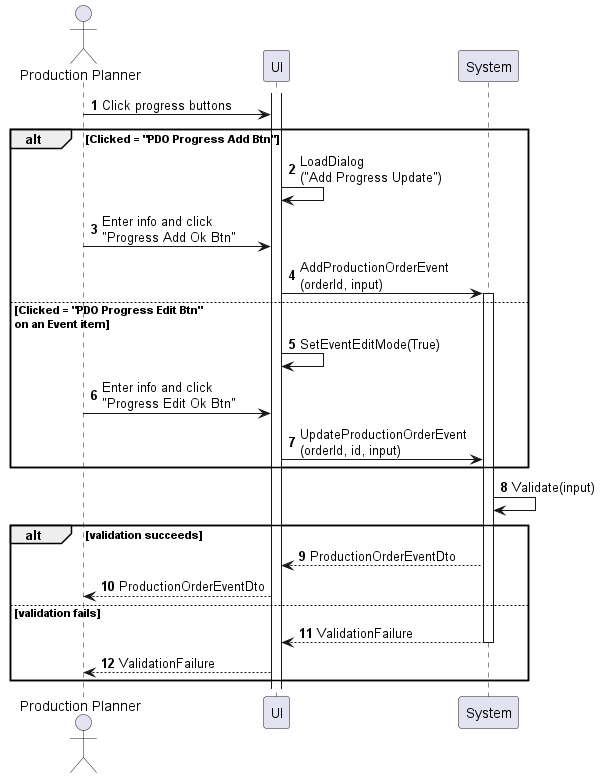
Earlier version of the PlantUML export sequences/production-order-update-progress.png (phihungha/scmss-reqs).
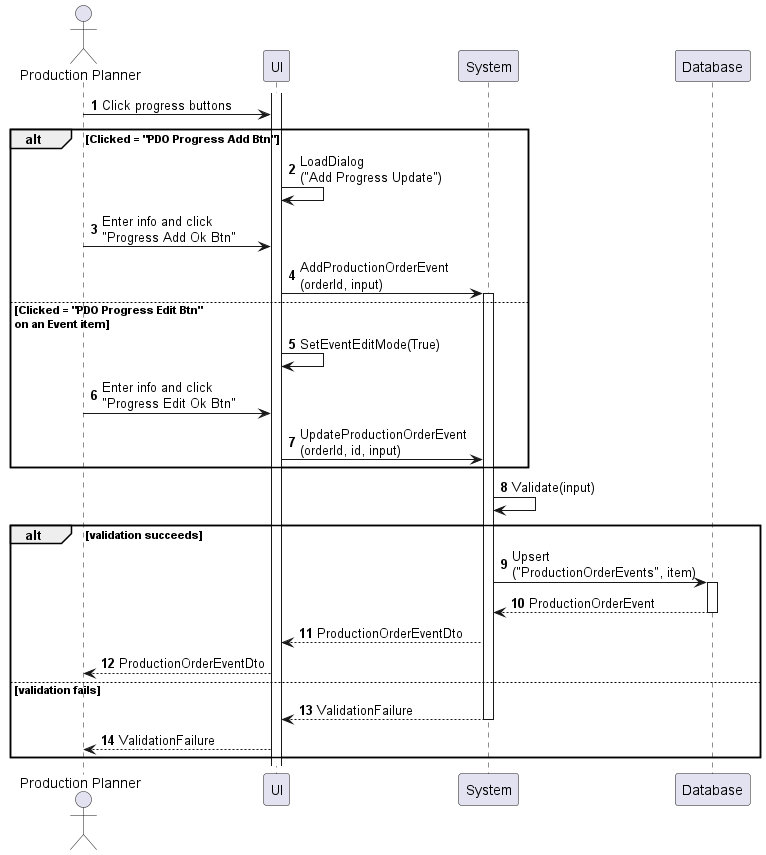
Later version of the same file.

What changed in the source:
```diff
@@ -4,6 +4,7 @@
 actor "Production Planner" as a
 participant UI as f
 participant System as b
+participant Database as d
 
 activate f
 a -> f : Click progress buttons
@@ -23,6 +24,9 @@
 b -> b : Validate(input)
 
 alt validation succeeds
+    b -> d : Upsert\n("ProductionOrderEvents", item)
+    activate d
+    return ProductionOrderEvent
     b --> f : ProductionOrderEventDto
     f --> a : ProductionOrderEventDto
 else validation fails
```
